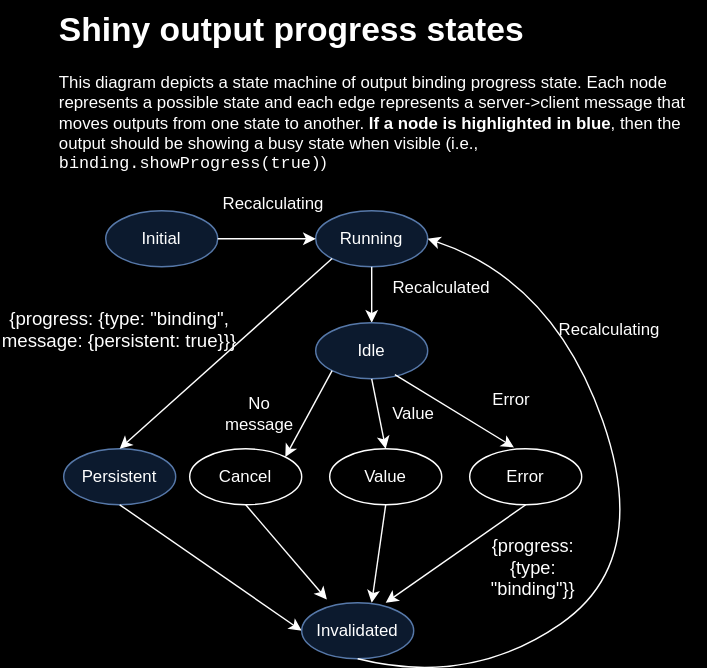
This is inst/diagrams/outputProgressStateMachine.svg from rstudio/shiny, a draw.io export, as it was before one commit. Source tidied: cells renumbered, new cells last; positions are measured from the earlier drawing's top-left corner, leaving out a move shared by most shapes.
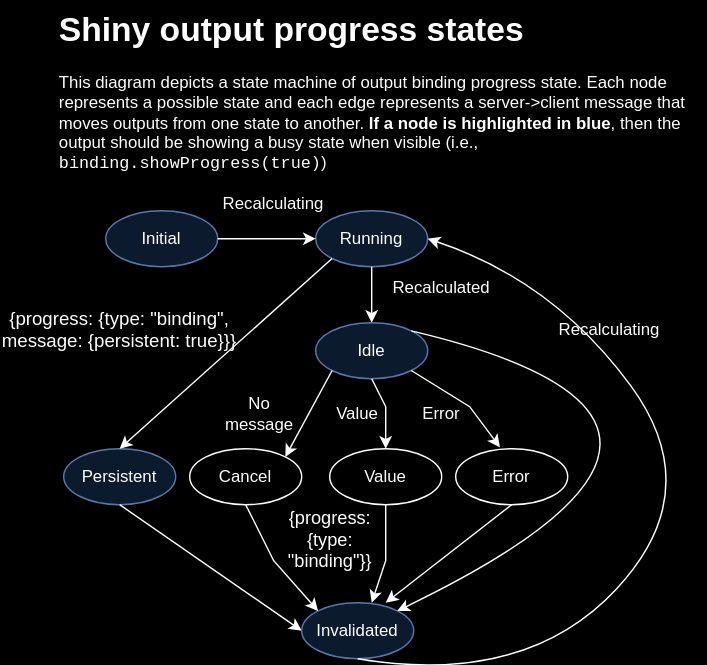
After the change.

Commit message:
Close #4046: Allow for progress binding to move from Idle to Invalidated status

Diff of the diagram source:
```diff
@@ -26,13 +26,17 @@
       <mxGeometry x="285" y="190" width="60" height="30" as="geometry" />
     </mxCell>
     <mxCell id="9" style="endArrow=classic;html=1;rounded=0;exitX=0.5;exitY=1;exitDx=0;exitDy=0;entryX=0.5;entryY=0;entryDx=0;entryDy=0;" parent="1" edge="1" source="7" target="10">
-      <mxGeometry relative="1" as="geometry" />
+      <mxGeometry relative="1" as="geometry">
+        <Array as="points">
+          <mxPoint x="275" y="290" />
+        </Array>
+      </mxGeometry>
     </mxCell>
     <mxCell id="10" value="Value" style="ellipse;whiteSpace=wrap;html=1;" parent="1" vertex="1">
       <mxGeometry x="235" y="320" width="80" height="40" as="geometry" />
     </mxCell>
     <mxCell id="11" value="Error" style="ellipse;whiteSpace=wrap;html=1;" parent="1" vertex="1">
-      <mxGeometry x="335" y="320" width="80" height="40" as="geometry" />
+      <mxGeometry x="325" y="320" width="80" height="40" as="geometry" />
     </mxCell>
     <mxCell id="12" value="Persistent" style="ellipse;whiteSpace=wrap;html=1;fillColor=#dae8fc;strokeColor=#6c8ebf;" parent="1" vertex="1">
       <mxGeometry x="45" y="320" width="80" height="40" as="geometry" />
@@ -46,6 +50,9 @@
     <mxCell id="15" style="endArrow=classic;html=1;rounded=0;exitX=0.5;exitY=1;exitDx=0;exitDy=0;" parent="1" edge="1" source="10">
       <mxGeometry relative="1" as="geometry">
         <mxPoint x="265" y="430" as="targetPoint" />
+        <Array as="points">
+          <mxPoint x="275" y="400" />
+        </Array>
       </mxGeometry>
     </mxCell>
     <mxCell id="16" style="endArrow=classic;html=1;rounded=0;exitX=0.5;exitY=1;exitDx=0;exitDy=0;" parent="1" edge="1" source="11">
@@ -62,8 +69,8 @@
     <mxCell id="19" style="curved=1;endArrow=classic;html=1;rounded=0;exitX=0.5;exitY=1;exitDx=0;exitDy=0;entryX=1;entryY=0.5;entryDx=0;entryDy=0;" parent="1" edge="1" source="18" target="3">
       <mxGeometry relative="1" as="geometry">
         <Array as="points">
-          <mxPoint x="335" y="490" />
-          <mxPoint x="465" y="400" />
+          <mxPoint x="375" y="490" />
+          <mxPoint x="505" y="350" />
           <mxPoint x="395" y="200" />
         </Array>
       </mxGeometry>
@@ -74,29 +81,44 @@
     <mxCell id="21" style="endArrow=classic;html=1;rounded=0;exitX=0;exitY=1;exitDx=0;exitDy=0;entryX=0.5;entryY=0;entryDx=0;entryDy=0;" parent="1" edge="1" source="3" target="12">
       <mxGeometry relative="1" as="geometry" />
     </mxCell>
-    <mxCell id="22" style="endArrow=classic;html=1;rounded=0;exitX=0.707;exitY=0.925;exitDx=0;exitDy=0;entryX=0.395;entryY=-0.025;entryDx=0;entryDy=0;entryPerimeter=0;exitPerimeter=0;" parent="1" edge="1" source="7" target="11">
-      <mxGeometry relative="1" as="geometry" />
+    <mxCell id="22" style="endArrow=classic;html=1;rounded=0;exitX=1;exitY=1;exitDx=0;exitDy=0;entryX=0.395;entryY=-0.025;entryDx=0;entryDy=0;entryPerimeter=0;" parent="1" edge="1" source="7" target="11">
+      <mxGeometry relative="1" as="geometry">
+        <Array as="points">
+          <mxPoint x="335" y="290" />
+        </Array>
+      </mxGeometry>
     </mxCell>
     <mxCell id="23" style="endArrow=classic;html=1;rounded=0;exitX=0;exitY=1;exitDx=0;exitDy=0;entryX=1;entryY=0;entryDx=0;entryDy=0;" parent="1" edge="1" source="7" target="13">
       <mxGeometry relative="1" as="geometry" />
     </mxCell>
     <mxCell id="24" value="Value" style="text;html=1;align=center;verticalAlign=middle;whiteSpace=wrap;rounded=0;" parent="1" vertex="1">
-      <mxGeometry x="265" y="280" width="60" height="30" as="geometry" />
+      <mxGeometry x="225" y="280" width="60" height="30" as="geometry" />
     </mxCell>
     <mxCell id="25" value="Error" style="text;html=1;align=center;verticalAlign=middle;whiteSpace=wrap;rounded=0;" parent="1" vertex="1">
-      <mxGeometry x="335" y="270" width="60" height="30" as="geometry" />
+      <mxGeometry x="285" y="280" width="60" height="30" as="geometry" />
     </mxCell>
     <mxCell id="26" value="No message" style="text;html=1;align=center;verticalAlign=middle;whiteSpace=wrap;rounded=0;" parent="1" vertex="1">
       <mxGeometry x="155" y="280" width="60" height="30" as="geometry" />
     </mxCell>
-    <mxCell id="27" style="endArrow=classic;html=1;rounded=0;exitX=0.5;exitY=1;exitDx=0;exitDy=0;entryX=0.225;entryY=-0.06;entryDx=0;entryDy=0;entryPerimeter=0;" parent="1" edge="1" source="13" target="18">
-      <mxGeometry relative="1" as="geometry" />
+    <mxCell id="27" style="endArrow=classic;html=1;rounded=0;exitX=0.5;exitY=1;exitDx=0;exitDy=0;entryX=0;entryY=0;entryDx=0;entryDy=0;" parent="1" edge="1" source="13" target="18">
+      <mxGeometry relative="1" as="geometry">
+        <Array as="points">
+          <mxPoint x="195" y="400" />
+        </Array>
+      </mxGeometry>
     </mxCell>
     <mxCell id="28" value="&lt;span style=&quot;font-family: Arial; font-size: 13px; text-align: left; white-space: pre-wrap; background-color: rgb(255, 255, 255);&quot;&gt;{progress: {type: &quot;binding&quot;}}&lt;/span&gt;" style="text;html=1;align=center;verticalAlign=middle;strokeColor=none;fillColor=none;" parent="1" vertex="1">
-      <mxGeometry x="290" y="390" width="180" height="30" as="geometry" />
+      <mxGeometry x="145" y="370" width="180" height="30" as="geometry" />
     </mxCell>
     <mxCell id="29" value="&lt;h1 style=&quot;margin-top: 0px;&quot;&gt;Shiny output progress states&lt;/h1&gt;&lt;p&gt;This diagram depicts a state machine of output binding progress state. Each node represents a possible state and each edge represents a server-&amp;gt;client message that moves outputs from one state to another. &lt;b&gt;If a node is highlighted in blue&lt;/b&gt;, then the output should be showing a busy state when visible (i.e., &lt;font face=&quot;Courier New&quot;&gt;binding.showProgress(true)&lt;/font&gt;)&lt;/p&gt;" style="text;html=1;whiteSpace=wrap;overflow=hidden;rounded=0;" parent="1" vertex="1">
       <mxGeometry x="40" width="465" height="120" as="geometry" />
     </mxCell>
+    <mxCell id="30" style="curved=1;endArrow=classic;html=1;rounded=0;exitX=1;exitY=0;exitDx=0;exitDy=0;entryX=1;entryY=0;entryDx=0;entryDy=0;" parent="1" edge="1" source="7" target="18">
+      <mxGeometry relative="1" as="geometry">
+        <Array as="points">
+          <mxPoint x="565" y="300" />
+        </Array>
+      </mxGeometry>
+    </mxCell>
   </root>
 </mxGraphModel>
```
